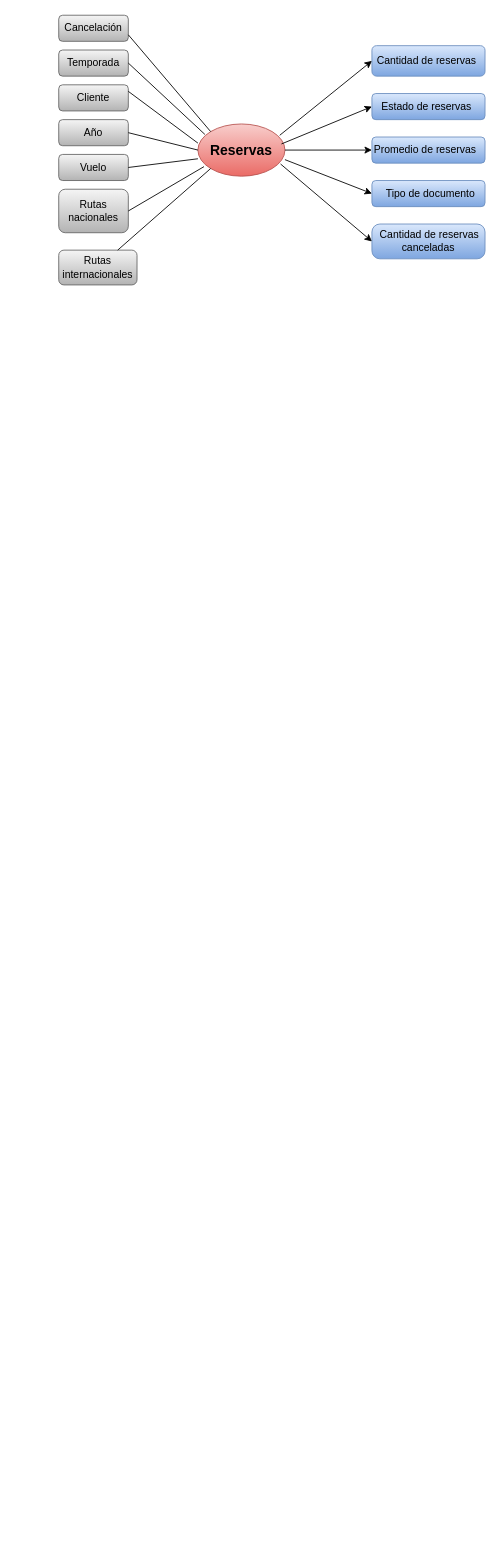
Above: Hefesto-Fase1/Fase1.drawio in MetaDandy/Soporte-para-la-toma-de-decisiones (draw.io), before the change. Source tidied: cells renumbered, new cells numbered last; positions are measured from the earlier drawing's top-left corner, leaving out a move shared by most shapes. Both pictures are drawn from the tidied source at 87%, with x=0, y=0 at pixel (58, 15).
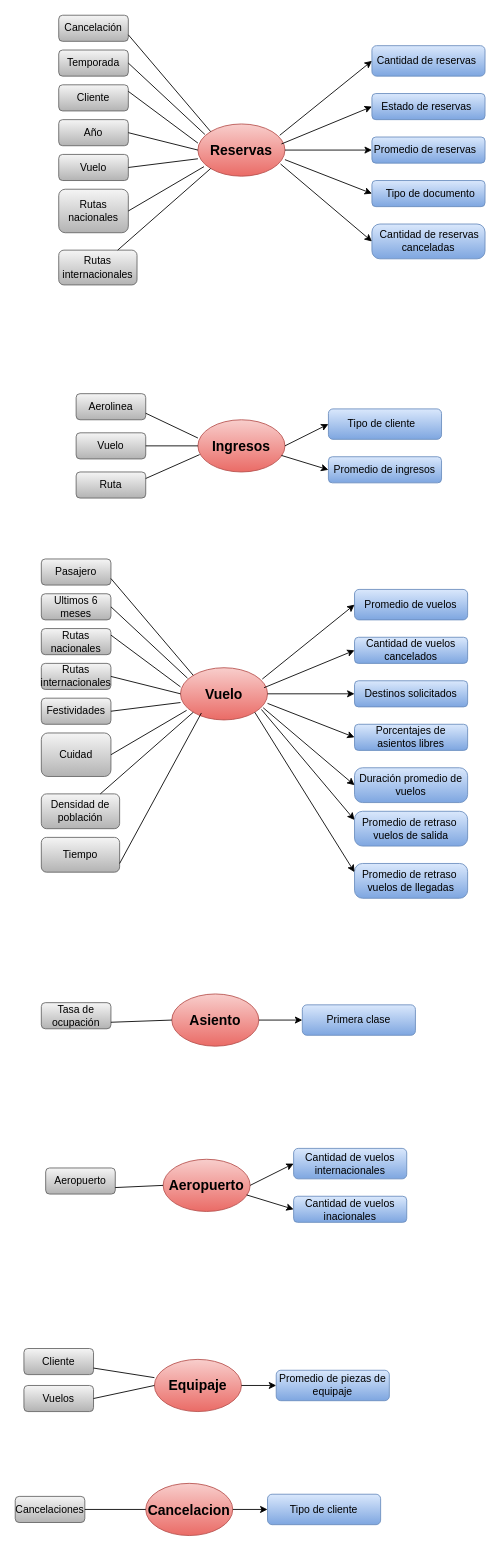
After the change.

Change to the diagram source:
```diff
@@
+    <mxCell id="27" value="&lt;p style=&quot;text-align:justify;text-indent:-18.0pt;&lt;br/&gt;line-height:150%;mso-list:l0 level1 lfo1&quot; class=&quot;MsoListParagraph&quot;&gt;&lt;font face=&quot;Arial, sans-serif&quot;&gt;&amp;nbsp; &amp;nbsp; &amp;nbsp;Tipo de cliente&lt;/font&gt;&lt;/p&gt;" style="rounded=1;whiteSpace=wrap;html=1;fillColor=#dae8fc;gradientColor=#7ea6e0;strokeColor=#6c8ebf;" parent="1" vertex="1">
+      <mxGeometry x="310" y="452.5" width="130" height="35" as="geometry" />
+    </mxCell>
+    <mxCell id="28" value="&lt;p style=&quot;text-align:justify;text-indent:-18.0pt;&lt;br/&gt;line-height:150%;mso-list:l0 level1 lfo1&quot; class=&quot;MsoListParagraph&quot;&gt;&lt;font face=&quot;Arial, sans-serif&quot;&gt;&amp;nbsp; &amp;nbsp; &amp;nbsp; &amp;nbsp;Promedio de ingresos&lt;/font&gt;&lt;/p&gt;&lt;p style=&quot;text-align:justify;text-indent:-18.0pt;&lt;br/&gt;line-height:150%;mso-list:l0 level1 lfo1&quot; class=&quot;MsoListParagraph&quot;&gt;&lt;span style=&quot;font-family: Arial, sans-serif; border: 1pt none windowtext; padding: 0cm;&quot; lang=&quot;ES-TRAD&quot;&gt;&lt;/span&gt;&lt;/p&gt;" style="rounded=1;whiteSpace=wrap;html=1;fillColor=#dae8fc;gradientColor=#7ea6e0;strokeColor=#6c8ebf;" parent="1" vertex="1">
+      <mxGeometry x="310" y="507.5" width="130" height="30" as="geometry" />
+    </mxCell>
+    <mxCell id="29" value="Aerolinea" style="rounded=1;whiteSpace=wrap;html=1;fillColor=#f5f5f5;gradientColor=#b3b3b3;strokeColor=#666666;" parent="1" vertex="1">
+      <mxGeometry x="20" y="435" width="80" height="30" as="geometry" />
+    </mxCell>
+    <mxCell id="30" value="Vuelo" style="rounded=1;whiteSpace=wrap;html=1;fillColor=#f5f5f5;gradientColor=#b3b3b3;strokeColor=#666666;" parent="1" vertex="1">
+      <mxGeometry x="20" y="480" width="80" height="30" as="geometry" />
+    </mxCell>
+    <mxCell id="31" value="Ruta" style="rounded=1;whiteSpace=wrap;html=1;fillColor=#f5f5f5;gradientColor=#b3b3b3;strokeColor=#666666;" parent="1" vertex="1">
+      <mxGeometry x="20" y="525" width="80" height="30" as="geometry" />
+    </mxCell>
+    <mxCell id="32" value="&lt;b&gt;&lt;font style=&quot;font-size: 16px;&quot;&gt;Ingresos&lt;/font&gt;&lt;/b&gt;" style="ellipse;whiteSpace=wrap;html=1;fillColor=#f8cecc;gradientColor=#ea6b66;strokeColor=#b85450;" parent="1" vertex="1">
+      <mxGeometry x="160" y="465" width="100" height="60" as="geometry" />
+    </mxCell>
+    <mxCell id="33" style="endArrow=none;html=1;rounded=0;exitX=1;exitY=0.75;exitDx=0;exitDy=0;" parent="1" edge="1" source="29">
+      <mxGeometry relative="1" as="geometry">
+        <mxPoint x="160" y="486" as="targetPoint" />
+      </mxGeometry>
+    </mxCell>
+    <mxCell id="34" style="endArrow=none;html=1;rounded=0;exitX=1;exitY=0.5;exitDx=0;exitDy=0;entryX=0;entryY=0.5;entryDx=0;entryDy=0;" parent="1" edge="1" source="30" target="32">
+      <mxGeometry relative="1" as="geometry" />
+    </mxCell>
+    <mxCell id="35" style="endArrow=none;html=1;rounded=0;exitX=1;exitY=0.25;exitDx=0;exitDy=0;entryX=0.02;entryY=0.667;entryDx=0;entryDy=0;entryPerimeter=0;" parent="1" edge="1" source="31" target="32">
+      <mxGeometry relative="1" as="geometry" />
+    </mxCell>
+    <mxCell id="36" style="endArrow=classic;html=1;rounded=0;exitX=1;exitY=0.5;exitDx=0;exitDy=0;entryX=0;entryY=0.5;entryDx=0;entryDy=0;" parent="1" edge="1" source="32" target="27">
+      <mxGeometry relative="1" as="geometry" />
+    </mxCell>
+    <mxCell id="37" style="endArrow=classic;html=1;rounded=0;exitX=0.96;exitY=0.683;exitDx=0;exitDy=0;exitPerimeter=0;entryX=0;entryY=0.5;entryDx=0;entryDy=0;" parent="1" edge="1" source="32" target="28">
+      <mxGeometry relative="1" as="geometry" />
+    </mxCell>
+    <mxCell id="38" value="&lt;p style=&quot;text-align:justify;text-indent:-18.0pt;&lt;br/&gt;line-height:150%;mso-list:l0 level1 lfo1&quot; class=&quot;MsoListParagraph&quot;&gt;&lt;span style=&quot;font-family: Arial, sans-serif; border: 1pt none windowtext; padding: 0cm;&quot; lang=&quot;ES-TRAD&quot;&gt;&amp;nbsp; &amp;nbsp; &amp;nbsp; &amp;nbsp;Promedio de vuelos&lt;/span&gt;&lt;/p&gt;" style="rounded=1;whiteSpace=wrap;html=1;fillColor=#dae8fc;gradientColor=#7ea6e0;strokeColor=#6c8ebf;" parent="1" vertex="1">
+      <mxGeometry x="340" y="660" width="130" height="35" as="geometry" />
+    </mxCell>
+    <mxCell id="39" value="&lt;font face=&quot;Arial, sans-serif&quot;&gt;Cantidad de vuelos cancelados&lt;/font&gt;" style="rounded=1;whiteSpace=wrap;html=1;fillColor=#dae8fc;gradientColor=#7ea6e0;strokeColor=#6c8ebf;" parent="1" vertex="1">
+      <mxGeometry x="340" y="715" width="130" height="30" as="geometry" />
+    </mxCell>
+    <mxCell id="40" value="&lt;font face=&quot;Arial, sans-serif&quot;&gt;Destinos solicitados&lt;/font&gt;" style="rounded=1;whiteSpace=wrap;html=1;fillColor=#dae8fc;gradientColor=#7ea6e0;strokeColor=#6c8ebf;" parent="1" vertex="1">
+      <mxGeometry x="340" y="765" width="130" height="30" as="geometry" />
+    </mxCell>
+    <mxCell id="41" value="Porcentajes de asientos libres" style="rounded=1;whiteSpace=wrap;html=1;fillColor=#dae8fc;gradientColor=#7ea6e0;strokeColor=#6c8ebf;" parent="1" vertex="1">
+      <mxGeometry x="340" y="815" width="130" height="30" as="geometry" />
+    </mxCell>
+    <mxCell id="42" value="Duración promedio de vuelos" style="rounded=1;whiteSpace=wrap;html=1;arcSize=23;align=center;fillColor=#dae8fc;gradientColor=#7ea6e0;strokeColor=#6c8ebf;" parent="1" vertex="1">
+      <mxGeometry x="340" y="865" width="130" height="40" as="geometry" />
+    </mxCell>
+    <mxCell id="43" value="Pasajero" style="rounded=1;whiteSpace=wrap;html=1;fillColor=#f5f5f5;gradientColor=#b3b3b3;strokeColor=#666666;" parent="1" vertex="1">
+      <mxGeometry x="-20" y="625" width="80" height="30" as="geometry" />
+    </mxCell>
+    <mxCell id="44" value="Ultimos 6 meses" style="rounded=1;whiteSpace=wrap;html=1;fillColor=#f5f5f5;gradientColor=#b3b3b3;strokeColor=#666666;" parent="1" vertex="1">
+      <mxGeometry x="-20" y="665" width="80" height="30" as="geometry" />
+    </mxCell>
+    <mxCell id="45" value="Rutas nacionales" style="rounded=1;whiteSpace=wrap;html=1;fillColor=#f5f5f5;gradientColor=#b3b3b3;strokeColor=#666666;" parent="1" vertex="1">
+      <mxGeometry x="-20" y="705" width="80" height="30" as="geometry" />
+    </mxCell>
+    <mxCell id="46" value="Rutas internacionales" style="rounded=1;whiteSpace=wrap;html=1;fillColor=#f5f5f5;gradientColor=#b3b3b3;strokeColor=#666666;" parent="1" vertex="1">
+      <mxGeometry x="-20" y="745" width="80" height="30" as="geometry" />
+    </mxCell>
+    <mxCell id="47" value="Festividades" style="rounded=1;whiteSpace=wrap;html=1;fillColor=#f5f5f5;gradientColor=#b3b3b3;strokeColor=#666666;" parent="1" vertex="1">
+      <mxGeometry x="-20" y="785" width="80" height="30" as="geometry" />
+    </mxCell>
+    <mxCell id="48" value="Cuidad" style="rounded=1;whiteSpace=wrap;html=1;fillColor=#f5f5f5;gradientColor=#b3b3b3;strokeColor=#666666;" parent="1" vertex="1">
+      <mxGeometry x="-20" y="825" width="80" height="50" as="geometry" />
+    </mxCell>
+    <mxCell id="49" value="Densidad de población" style="rounded=1;whiteSpace=wrap;html=1;fillColor=#f5f5f5;gradientColor=#b3b3b3;strokeColor=#666666;" parent="1" vertex="1">
+      <mxGeometry x="-20" y="895" width="90" height="40" as="geometry" />
+    </mxCell>
+    <mxCell id="50" value="&lt;b&gt;&lt;font style=&quot;font-size: 16px;&quot;&gt;Vuelo&lt;/font&gt;&lt;/b&gt;" style="ellipse;whiteSpace=wrap;html=1;fillColor=#f8cecc;gradientColor=#ea6b66;strokeColor=#b85450;" parent="1" vertex="1">
+      <mxGeometry x="140" y="750" width="100" height="60" as="geometry" />
+    </mxCell>
+    <mxCell id="51" style="endArrow=none;html=1;rounded=0;exitX=1;exitY=0.75;exitDx=0;exitDy=0;entryX=0;entryY=0;entryDx=0;entryDy=0;" parent="1" edge="1" source="43" target="50">
+      <mxGeometry relative="1" as="geometry" />
+    </mxCell>
+    <mxCell id="52" style="endArrow=none;html=1;rounded=0;exitX=1;exitY=0.5;exitDx=0;exitDy=0;entryX=0.08;entryY=0.2;entryDx=0;entryDy=0;entryPerimeter=0;" parent="1" edge="1" source="44" target="50">
+      <mxGeometry relative="1" as="geometry" />
+    </mxCell>
+    <mxCell id="53" style="endArrow=none;html=1;rounded=0;exitX=1;exitY=0.25;exitDx=0;exitDy=0;entryX=0;entryY=0.367;entryDx=0;entryDy=0;entryPerimeter=0;" parent="1" edge="1" source="45" target="50">
+      <mxGeometry relative="1" as="geometry" />
+    </mxCell>
+    <mxCell id="54" style="endArrow=none;html=1;rounded=0;exitX=1;exitY=0.5;exitDx=0;exitDy=0;" parent="1" edge="1" source="46">
+      <mxGeometry relative="1" as="geometry">
+        <mxPoint x="140" y="780" as="targetPoint" />
+      </mxGeometry>
+    </mxCell>
+    <mxCell id="55" style="endArrow=none;html=1;rounded=0;exitX=1;exitY=0.5;exitDx=0;exitDy=0;" parent="1" edge="1" source="47">
+      <mxGeometry relative="1" as="geometry">
+        <mxPoint x="140" y="790" as="targetPoint" />
+      </mxGeometry>
+    </mxCell>
+    <mxCell id="56" style="endArrow=none;html=1;rounded=0;exitX=1;exitY=0.5;exitDx=0;exitDy=0;entryX=0.07;entryY=0.817;entryDx=0;entryDy=0;entryPerimeter=0;" parent="1" edge="1" source="48" target="50">
+      <mxGeometry relative="1" as="geometry" />
+    </mxCell>
+    <mxCell id="57" style="endArrow=none;html=1;rounded=0;entryX=0;entryY=1;entryDx=0;entryDy=0;" parent="1" edge="1" source="49" target="50">
+      <mxGeometry relative="1" as="geometry" />
+    </mxCell>
+    <mxCell id="58" style="endArrow=classic;html=1;rounded=0;exitX=0.94;exitY=0.217;exitDx=0;exitDy=0;exitPerimeter=0;entryX=0;entryY=0.5;entryDx=0;entryDy=0;" parent="1" edge="1" source="50" target="38">
+      <mxGeometry relative="1" as="geometry" />
+    </mxCell>
+    <mxCell id="59" style="endArrow=classic;html=1;rounded=0;exitX=0.96;exitY=0.383;exitDx=0;exitDy=0;exitPerimeter=0;entryX=0;entryY=0.5;entryDx=0;entryDy=0;" parent="1" edge="1" source="50" target="39">
+      <mxGeometry relative="1" as="geometry" />
+    </mxCell>
+    <mxCell id="60" style="endArrow=classic;html=1;rounded=0;exitX=1;exitY=0.5;exitDx=0;exitDy=0;entryX=0;entryY=0.5;entryDx=0;entryDy=0;" parent="1" edge="1" source="50" target="40">
+      <mxGeometry relative="1" as="geometry" />
+    </mxCell>
+    <mxCell id="61" style="endArrow=classic;html=1;rounded=0;exitX=1;exitY=0.683;exitDx=0;exitDy=0;entryX=0;entryY=0.5;entryDx=0;entryDy=0;exitPerimeter=0;" parent="1" edge="1" source="50" target="41">
+      <mxGeometry relative="1" as="geometry" />
+    </mxCell>
+    <mxCell id="62" style="endArrow=classic;html=1;rounded=0;exitX=0.95;exitY=0.767;exitDx=0;exitDy=0;entryX=0;entryY=0.5;entryDx=0;entryDy=0;exitPerimeter=0;" parent="1" edge="1" source="50" target="42">
+      <mxGeometry relative="1" as="geometry" />
+    </mxCell>
+    <mxCell id="63" value="Tiempo" style="rounded=1;whiteSpace=wrap;html=1;fillColor=#f5f5f5;gradientColor=#b3b3b3;strokeColor=#666666;" parent="1" vertex="1">
+      <mxGeometry x="-20" y="945" width="90" height="40" as="geometry" />
+    </mxCell>
+    <mxCell id="64" value="Promedio de retraso&amp;nbsp;&lt;div&gt;vuelos de salida&lt;/div&gt;" style="rounded=1;whiteSpace=wrap;html=1;arcSize=23;align=center;fillColor=#dae8fc;gradientColor=#7ea6e0;strokeColor=#6c8ebf;" parent="1" vertex="1">
+      <mxGeometry x="340" y="915" width="130" height="40" as="geometry" />
+    </mxCell>
+    <mxCell id="65" value="Promedio de retraso&amp;nbsp;&lt;div&gt;vuelos de llegadas&lt;/div&gt;" style="rounded=1;whiteSpace=wrap;html=1;arcSize=23;align=center;fillColor=#dae8fc;gradientColor=#7ea6e0;strokeColor=#6c8ebf;" parent="1" vertex="1">
+      <mxGeometry x="340" y="975" width="130" height="40" as="geometry" />
+    </mxCell>
+    <mxCell id="66" style="endArrow=none;html=1;rounded=0;entryX=0.24;entryY=0.867;entryDx=0;entryDy=0;exitX=1;exitY=0.75;exitDx=0;exitDy=0;entryPerimeter=0;" parent="1" edge="1" source="63" target="50">
+      <mxGeometry relative="1" as="geometry" />
+    </mxCell>
+    <mxCell id="67" style="endArrow=classic;html=1;rounded=0;exitX=0.93;exitY=0.8;exitDx=0;exitDy=0;entryX=0;entryY=0.25;entryDx=0;entryDy=0;exitPerimeter=0;" parent="1" edge="1" source="50" target="64">
+      <mxGeometry relative="1" as="geometry" />
+    </mxCell>
+    <mxCell id="68" style="endArrow=classic;html=1;rounded=0;exitX=1;exitY=1;exitDx=0;exitDy=0;entryX=0;entryY=0.25;entryDx=0;entryDy=0;" parent="1" edge="1" source="50" target="65">
+      <mxGeometry relative="1" as="geometry" />
+    </mxCell>
+    <mxCell id="69" value="&lt;font face=&quot;Arial, sans-serif&quot;&gt;Primera clase&lt;/font&gt;" style="rounded=1;whiteSpace=wrap;html=1;fillColor=#dae8fc;gradientColor=#7ea6e0;strokeColor=#6c8ebf;" parent="1" vertex="1">
+      <mxGeometry x="280" y="1137.5" width="130" height="35" as="geometry" />
+    </mxCell>
+    <mxCell id="70" value="Tasa de ocupación" style="rounded=1;whiteSpace=wrap;html=1;fillColor=#f5f5f5;gradientColor=#b3b3b3;strokeColor=#666666;" parent="1" vertex="1">
+      <mxGeometry x="-20" y="1135" width="80" height="30" as="geometry" />
+    </mxCell>
+    <mxCell id="71" value="&lt;b&gt;&lt;font style=&quot;font-size: 16px;&quot;&gt;Asiento&lt;/font&gt;&lt;/b&gt;" style="ellipse;whiteSpace=wrap;html=1;fillColor=#f8cecc;gradientColor=#ea6b66;strokeColor=#b85450;" parent="1" vertex="1">
+      <mxGeometry x="130" y="1125" width="100" height="60" as="geometry" />
+    </mxCell>
+    <mxCell id="72" style="endArrow=none;html=1;rounded=0;exitX=1;exitY=0.75;exitDx=0;exitDy=0;entryX=0;entryY=0.5;entryDx=0;entryDy=0;" parent="1" edge="1" source="70" target="71">
+      <mxGeometry relative="1" as="geometry" />
+    </mxCell>
+    <mxCell id="73" style="endArrow=classic;html=1;rounded=0;exitX=1;exitY=0.5;exitDx=0;exitDy=0;entryX=0;entryY=0.5;entryDx=0;entryDy=0;" parent="1" edge="1" source="71" target="69">
+      <mxGeometry relative="1" as="geometry" />
+    </mxCell>
+    <mxCell id="74" value="&lt;font face=&quot;Arial, sans-serif&quot;&gt;Cantidad de vuelos internacionales&lt;/font&gt;" style="rounded=1;whiteSpace=wrap;html=1;fillColor=#dae8fc;gradientColor=#7ea6e0;strokeColor=#6c8ebf;" parent="1" vertex="1">
+      <mxGeometry x="270" y="1302.5" width="130" height="35" as="geometry" />
+    </mxCell>
+    <mxCell id="75" value="&lt;span style=&quot;font-family: Arial, sans-serif;&quot;&gt;Cantidad de vuelos inacionales&lt;/span&gt;" style="rounded=1;whiteSpace=wrap;html=1;fillColor=#dae8fc;gradientColor=#7ea6e0;strokeColor=#6c8ebf;" parent="1" vertex="1">
+      <mxGeometry x="270" y="1357.5" width="130" height="30" as="geometry" />
+    </mxCell>
+    <mxCell id="76" value="Aeropuerto" style="rounded=1;whiteSpace=wrap;html=1;fillColor=#f5f5f5;gradientColor=#b3b3b3;strokeColor=#666666;" parent="1" vertex="1">
+      <mxGeometry x="-15" y="1325" width="80" height="30" as="geometry" />
+    </mxCell>
+    <mxCell id="77" value="&lt;b&gt;&lt;font style=&quot;font-size: 16px;&quot;&gt;Aeropuerto&lt;/font&gt;&lt;/b&gt;" style="ellipse;whiteSpace=wrap;html=1;fillColor=#f8cecc;gradientColor=#ea6b66;strokeColor=#b85450;" parent="1" vertex="1">
+      <mxGeometry x="120" y="1315" width="100" height="60" as="geometry" />
+    </mxCell>
+    <mxCell id="78" style="endArrow=none;html=1;rounded=0;exitX=1;exitY=0.75;exitDx=0;exitDy=0;entryX=0;entryY=0.5;entryDx=0;entryDy=0;" parent="1" edge="1" source="76" target="77">
+      <mxGeometry relative="1" as="geometry" />
+    </mxCell>
+    <mxCell id="79" style="endArrow=classic;html=1;rounded=0;exitX=1;exitY=0.5;exitDx=0;exitDy=0;entryX=0;entryY=0.5;entryDx=0;entryDy=0;" parent="1" edge="1" source="77" target="74">
+      <mxGeometry relative="1" as="geometry" />
+    </mxCell>
+    <mxCell id="80" style="endArrow=classic;html=1;rounded=0;exitX=0.96;exitY=0.683;exitDx=0;exitDy=0;exitPerimeter=0;entryX=0;entryY=0.5;entryDx=0;entryDy=0;" parent="1" edge="1" source="77" target="75">
+      <mxGeometry relative="1" as="geometry" />
+    </mxCell>
+    <mxCell id="81" value="&lt;font face=&quot;Arial, sans-serif&quot;&gt;Promedio de piezas de equipaje&lt;/font&gt;" style="rounded=1;whiteSpace=wrap;html=1;fillColor=#dae8fc;gradientColor=#7ea6e0;strokeColor=#6c8ebf;" parent="1" vertex="1">
+      <mxGeometry x="250" y="1557.5" width="130" height="35" as="geometry" />
+    </mxCell>
+    <mxCell id="82" value="Cliente" style="rounded=1;whiteSpace=wrap;html=1;fillColor=#f5f5f5;gradientColor=#b3b3b3;strokeColor=#666666;" parent="1" vertex="1">
+      <mxGeometry x="-40" y="1532.5" width="80" height="30" as="geometry" />
+    </mxCell>
+    <mxCell id="83" value="Vuelos" style="rounded=1;whiteSpace=wrap;html=1;fillColor=#f5f5f5;gradientColor=#b3b3b3;strokeColor=#666666;" parent="1" vertex="1">
+      <mxGeometry x="-40" y="1575" width="80" height="30" as="geometry" />
+    </mxCell>
+    <mxCell id="84" value="&lt;b&gt;&lt;font style=&quot;font-size: 16px;&quot;&gt;Equipaje&lt;/font&gt;&lt;/b&gt;" style="ellipse;whiteSpace=wrap;html=1;fillColor=#f8cecc;gradientColor=#ea6b66;strokeColor=#b85450;" parent="1" vertex="1">
+      <mxGeometry x="110" y="1545" width="100" height="60" as="geometry" />
+    </mxCell>
+    <mxCell id="85" style="endArrow=none;html=1;rounded=0;exitX=1;exitY=0.75;exitDx=0;exitDy=0;" parent="1" edge="1" source="82">
+      <mxGeometry relative="1" as="geometry">
+        <mxPoint x="110" y="1566" as="targetPoint" />
+      </mxGeometry>
+    </mxCell>
+    <mxCell id="86" style="endArrow=none;html=1;rounded=0;exitX=1;exitY=0.5;exitDx=0;exitDy=0;entryX=0;entryY=0.5;entryDx=0;entryDy=0;" parent="1" edge="1" source="83" target="84">
+      <mxGeometry relative="1" as="geometry" />
+    </mxCell>
+    <mxCell id="87" style="endArrow=classic;html=1;rounded=0;exitX=1;exitY=0.5;exitDx=0;exitDy=0;entryX=0;entryY=0.5;entryDx=0;entryDy=0;" parent="1" edge="1" source="84" target="81">
+      <mxGeometry relative="1" as="geometry" />
+    </mxCell>
+    <mxCell id="88" value="&lt;font face=&quot;Arial, sans-serif&quot;&gt;Tipo de cliente&lt;/font&gt;" style="rounded=1;whiteSpace=wrap;html=1;fillColor=#dae8fc;gradientColor=#7ea6e0;strokeColor=#6c8ebf;" parent="1" vertex="1">
+      <mxGeometry x="240" y="1700" width="130" height="35" as="geometry" />
+    </mxCell>
+    <mxCell id="89" value="Cancelaciones" style="rounded=1;whiteSpace=wrap;html=1;fillColor=#f5f5f5;gradientColor=#b3b3b3;strokeColor=#666666;" parent="1" vertex="1">
+      <mxGeometry x="-50" y="1702.5" width="80" height="30" as="geometry" />
+    </mxCell>
+    <mxCell id="90" value="&lt;b&gt;&lt;font style=&quot;font-size: 16px;&quot;&gt;Cancelacion&lt;/font&gt;&lt;/b&gt;" style="ellipse;whiteSpace=wrap;html=1;fillColor=#f8cecc;gradientColor=#ea6b66;strokeColor=#b85450;" parent="1" vertex="1">
+      <mxGeometry x="100" y="1687.5" width="100" height="60" as="geometry" />
+    </mxCell>
+    <mxCell id="91" style="endArrow=none;html=1;rounded=0;exitX=1;exitY=0.5;exitDx=0;exitDy=0;entryX=0;entryY=0.5;entryDx=0;entryDy=0;" parent="1" edge="1" source="89" target="90">
+      <mxGeometry relative="1" as="geometry" />
+    </mxCell>
+    <mxCell id="92" style="endArrow=classic;html=1;rounded=0;exitX=1;exitY=0.5;exitDx=0;exitDy=0;entryX=0;entryY=0.5;entryDx=0;entryDy=0;" parent="1" edge="1" source="90" target="88">
+      <mxGeometry relative="1" as="geometry" />
+    </mxCell>
```
